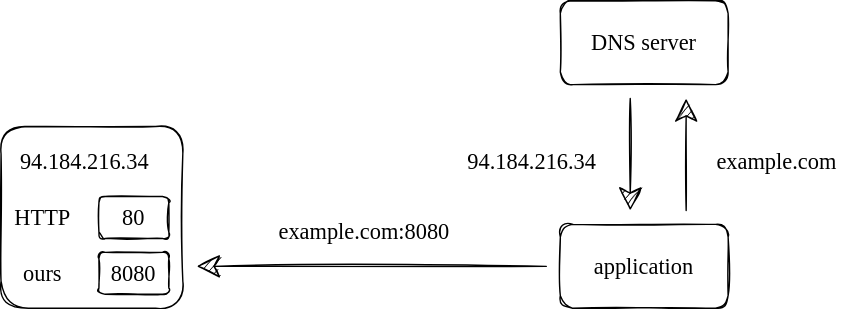
The draw.io diagram docs/server/sockets.svg in gvwilson/sdxpy, before a commit. Source tidied: cells renumbered, new cells last; positions are measured from the earlier drawing's top-left corner, leaving out a move shared by most shapes. Source of this version:
```xml
<mxGraphModel>
  <root>
    <mxCell id="0" />
    <mxCell id="1" parent="0" />
    <mxCell id="2" style="rounded=1;whiteSpace=wrap;html=1;sketch=1;hachureGap=4;fontFamily=Architects Daughter;fontSource=https%3A%2F%2Ffonts.googleapis.com%2Fcss%3Ffamily%3DArchitects%2BDaughter;fontSize=20;fillColor=none;" parent="1" vertex="1">
      <mxGeometry y="90" width="130" height="130" as="geometry" />
    </mxCell>
    <mxCell id="3" value="80" style="rounded=1;whiteSpace=wrap;html=1;sketch=1;hachureGap=4;fontFamily=Comic Sans MS;fontSize=16;fillColor=none;" parent="1" vertex="1">
      <mxGeometry x="70" y="140" width="50" height="30" as="geometry" />
    </mxCell>
    <mxCell id="4" value="HTTP" style="text;html=1;strokeColor=none;fillColor=none;align=center;verticalAlign=middle;whiteSpace=wrap;rounded=0;sketch=1;hachureGap=4;fontFamily=Comic Sans MS;fontSize=16;" parent="1" vertex="1">
      <mxGeometry y="140" width="60" height="30" as="geometry" />
    </mxCell>
    <mxCell id="5" value="94.184.216.34" style="text;html=1;strokeColor=none;fillColor=none;align=center;verticalAlign=middle;whiteSpace=wrap;rounded=0;sketch=1;hachureGap=4;fontFamily=Comic Sans MS;fontSize=16;" parent="1" vertex="1">
      <mxGeometry y="100" width="120" height="30" as="geometry" />
    </mxCell>
    <mxCell id="6" value="ours" style="text;html=1;strokeColor=none;fillColor=none;align=center;verticalAlign=middle;whiteSpace=wrap;rounded=0;sketch=1;hachureGap=4;fontFamily=Comic Sans MS;fontSize=16;" parent="1" vertex="1">
      <mxGeometry y="180" width="60" height="30" as="geometry" />
    </mxCell>
    <mxCell id="7" value="8080" style="rounded=1;whiteSpace=wrap;html=1;sketch=1;hachureGap=4;fontFamily=Comic Sans MS;fontSize=16;fillColor=none;" parent="1" vertex="1">
      <mxGeometry x="70" y="180" width="50" height="30" as="geometry" />
    </mxCell>
    <mxCell id="8" value="DNS server" style="rounded=1;whiteSpace=wrap;html=1;sketch=1;hachureGap=4;fontFamily=Comic Sans MS;fontSize=16;fillColor=none;" parent="1" vertex="1">
      <mxGeometry x="400" width="120" height="60" as="geometry" />
    </mxCell>
    <mxCell id="9" value="application" style="rounded=1;whiteSpace=wrap;html=1;sketch=1;hachureGap=4;fontFamily=Comic Sans MS;fontSize=16;fillColor=none;" parent="1" vertex="1">
      <mxGeometry x="400" y="160" width="120" height="60" as="geometry" />
    </mxCell>
    <mxCell id="10" style="endArrow=classic;html=1;rounded=1;sketch=1;hachureGap=4;fontFamily=Comic Sans MS;fontSize=16;startSize=14;endSize=14;sourcePerimeterSpacing=8;targetPerimeterSpacing=8;endFill=1;" parent="1" edge="1">
      <mxGeometry relative="1" as="geometry">
        <mxPoint x="490" y="150" as="sourcePoint" />
        <mxPoint x="490" y="70" as="targetPoint" />
      </mxGeometry>
    </mxCell>
    <mxCell id="11" value="example.com" style="text;html=1;strokeColor=none;fillColor=none;align=center;verticalAlign=middle;whiteSpace=wrap;rounded=0;sketch=1;hachureGap=4;fontFamily=Comic Sans MS;fontSize=16;" parent="1" vertex="1">
      <mxGeometry x="500" y="100" width="110" height="30" as="geometry" />
    </mxCell>
    <mxCell id="12" style="endArrow=classic;html=1;rounded=1;sketch=1;hachureGap=4;fontFamily=Comic Sans MS;fontSize=16;startSize=14;endSize=14;sourcePerimeterSpacing=8;targetPerimeterSpacing=8;endFill=1;" parent="1" edge="1">
      <mxGeometry relative="1" as="geometry">
        <mxPoint x="450" y="70" as="sourcePoint" />
        <mxPoint x="450" y="150" as="targetPoint" />
      </mxGeometry>
    </mxCell>
    <mxCell id="13" value="94.184.216.34" style="text;html=1;strokeColor=none;fillColor=none;align=center;verticalAlign=middle;whiteSpace=wrap;rounded=0;sketch=1;hachureGap=4;fontFamily=Comic Sans MS;fontSize=16;" parent="1" vertex="1">
      <mxGeometry x="320" y="100" width="120" height="30" as="geometry" />
    </mxCell>
    <mxCell id="14" style="endArrow=classic;html=1;rounded=1;sketch=1;hachureGap=4;fontFamily=Comic Sans MS;fontSize=16;startSize=14;endSize=14;sourcePerimeterSpacing=8;targetPerimeterSpacing=8;endFill=1;" parent="1" edge="1">
      <mxGeometry relative="1" as="geometry">
        <mxPoint x="390" y="190" as="sourcePoint" />
        <mxPoint x="140" y="190" as="targetPoint" />
      </mxGeometry>
    </mxCell>
    <mxCell id="15" value="example.com:8080" style="text;html=1;strokeColor=none;fillColor=none;align=center;verticalAlign=middle;whiteSpace=wrap;rounded=0;sketch=1;hachureGap=4;fontFamily=Comic Sans MS;fontSize=16;" parent="1" vertex="1">
      <mxGeometry x="185" y="150" width="150" height="30" as="geometry" />
    </mxCell>
  </root>
</mxGraphModel>
```
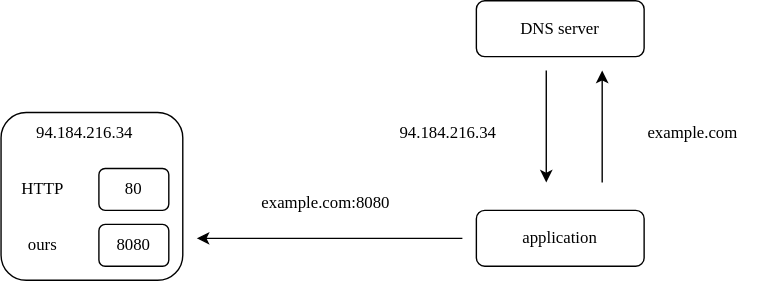
After the change.

The edit, as a diff of the source:
```diff
@@ -2,56 +2,56 @@
   <root>
     <mxCell id="0" />
     <mxCell id="1" parent="0" />
-    <mxCell id="2" style="rounded=1;whiteSpace=wrap;html=1;sketch=1;hachureGap=4;fontFamily=Architects Daughter;fontSource=https%3A%2F%2Ffonts.googleapis.com%2Fcss%3Ffamily%3DArchitects%2BDaughter;fontSize=20;fillColor=none;" parent="1" vertex="1">
-      <mxGeometry y="90" width="130" height="130" as="geometry" />
+    <mxCell id="2" style="rounded=1;whiteSpace=wrap;html=1;hachureGap=4;fontFamily=Verdana;fontSize=12;fillColor=none;" parent="1" vertex="1">
+      <mxGeometry y="100" width="130" height="120" as="geometry" />
     </mxCell>
-    <mxCell id="3" value="80" style="rounded=1;whiteSpace=wrap;html=1;sketch=1;hachureGap=4;fontFamily=Comic Sans MS;fontSize=16;fillColor=none;" parent="1" vertex="1">
+    <mxCell id="3" value="80" style="rounded=1;whiteSpace=wrap;html=1;hachureGap=4;fontFamily=Verdana;fontSize=12;fillColor=none;" parent="1" vertex="1">
       <mxGeometry x="70" y="140" width="50" height="30" as="geometry" />
     </mxCell>
-    <mxCell id="4" value="HTTP" style="text;html=1;strokeColor=none;fillColor=none;align=center;verticalAlign=middle;whiteSpace=wrap;rounded=0;sketch=1;hachureGap=4;fontFamily=Comic Sans MS;fontSize=16;" parent="1" vertex="1">
+    <mxCell id="4" value="HTTP" style="text;html=1;strokeColor=none;fillColor=none;align=center;verticalAlign=middle;whiteSpace=wrap;rounded=0;hachureGap=4;fontFamily=Verdana;fontSize=12;" parent="1" vertex="1">
       <mxGeometry y="140" width="60" height="30" as="geometry" />
     </mxCell>
-    <mxCell id="5" value="94.184.216.34" style="text;html=1;strokeColor=none;fillColor=none;align=center;verticalAlign=middle;whiteSpace=wrap;rounded=0;sketch=1;hachureGap=4;fontFamily=Comic Sans MS;fontSize=16;" parent="1" vertex="1">
+    <mxCell id="5" value="94.184.216.34" style="text;html=1;strokeColor=none;fillColor=none;align=center;verticalAlign=middle;whiteSpace=wrap;rounded=0;hachureGap=4;fontFamily=Verdana;fontSize=12;" parent="1" vertex="1">
       <mxGeometry y="100" width="120" height="30" as="geometry" />
     </mxCell>
-    <mxCell id="6" value="ours" style="text;html=1;strokeColor=none;fillColor=none;align=center;verticalAlign=middle;whiteSpace=wrap;rounded=0;sketch=1;hachureGap=4;fontFamily=Comic Sans MS;fontSize=16;" parent="1" vertex="1">
+    <mxCell id="6" value="ours" style="text;html=1;strokeColor=none;fillColor=none;align=center;verticalAlign=middle;whiteSpace=wrap;rounded=0;hachureGap=4;fontFamily=Verdana;fontSize=12;" parent="1" vertex="1">
       <mxGeometry y="180" width="60" height="30" as="geometry" />
     </mxCell>
-    <mxCell id="7" value="8080" style="rounded=1;whiteSpace=wrap;html=1;sketch=1;hachureGap=4;fontFamily=Comic Sans MS;fontSize=16;fillColor=none;" parent="1" vertex="1">
+    <mxCell id="7" value="8080" style="rounded=1;whiteSpace=wrap;html=1;hachureGap=4;fontFamily=Verdana;fontSize=12;fillColor=none;" parent="1" vertex="1">
       <mxGeometry x="70" y="180" width="50" height="30" as="geometry" />
     </mxCell>
-    <mxCell id="8" value="DNS server" style="rounded=1;whiteSpace=wrap;html=1;sketch=1;hachureGap=4;fontFamily=Comic Sans MS;fontSize=16;fillColor=none;" parent="1" vertex="1">
-      <mxGeometry x="400" width="120" height="60" as="geometry" />
+    <mxCell id="8" value="DNS server" style="rounded=1;whiteSpace=wrap;html=1;hachureGap=4;fontFamily=Verdana;fontSize=12;fillColor=none;" parent="1" vertex="1">
+      <mxGeometry x="340" y="20" width="120" height="40" as="geometry" />
     </mxCell>
-    <mxCell id="9" value="application" style="rounded=1;whiteSpace=wrap;html=1;sketch=1;hachureGap=4;fontFamily=Comic Sans MS;fontSize=16;fillColor=none;" parent="1" vertex="1">
-      <mxGeometry x="400" y="160" width="120" height="60" as="geometry" />
+    <mxCell id="9" value="application" style="rounded=1;whiteSpace=wrap;html=1;hachureGap=4;fontFamily=Verdana;fontSize=12;fillColor=none;" parent="1" vertex="1">
+      <mxGeometry x="340" y="170" width="120" height="40" as="geometry" />
     </mxCell>
-    <mxCell id="10" style="endArrow=classic;html=1;rounded=1;sketch=1;hachureGap=4;fontFamily=Comic Sans MS;fontSize=16;startSize=14;endSize=14;sourcePerimeterSpacing=8;targetPerimeterSpacing=8;endFill=1;" parent="1" edge="1">
+    <mxCell id="10" style="endArrow=classic;html=1;rounded=1;hachureGap=4;fontFamily=Verdana;fontSize=12;startSize=6;endSize=6;sourcePerimeterSpacing=0;targetPerimeterSpacing=0;endFill=1;" parent="1" edge="1">
       <mxGeometry relative="1" as="geometry">
-        <mxPoint x="490" y="150" as="sourcePoint" />
-        <mxPoint x="490" y="70" as="targetPoint" />
+        <mxPoint x="430" y="150" as="sourcePoint" />
+        <mxPoint x="430" y="70" as="targetPoint" />
       </mxGeometry>
     </mxCell>
-    <mxCell id="11" value="example.com" style="text;html=1;strokeColor=none;fillColor=none;align=center;verticalAlign=middle;whiteSpace=wrap;rounded=0;sketch=1;hachureGap=4;fontFamily=Comic Sans MS;fontSize=16;" parent="1" vertex="1">
-      <mxGeometry x="500" y="100" width="110" height="30" as="geometry" />
+    <mxCell id="11" value="example.com" style="text;html=1;strokeColor=none;fillColor=none;align=center;verticalAlign=middle;whiteSpace=wrap;rounded=0;hachureGap=4;fontFamily=Verdana;fontSize=12;" parent="1" vertex="1">
+      <mxGeometry x="440" y="100" width="110" height="30" as="geometry" />
     </mxCell>
-    <mxCell id="12" style="endArrow=classic;html=1;rounded=1;sketch=1;hachureGap=4;fontFamily=Comic Sans MS;fontSize=16;startSize=14;endSize=14;sourcePerimeterSpacing=8;targetPerimeterSpacing=8;endFill=1;" parent="1" edge="1">
+    <mxCell id="12" style="endArrow=classic;html=1;rounded=1;hachureGap=4;fontFamily=Verdana;fontSize=12;startSize=6;endSize=6;sourcePerimeterSpacing=0;targetPerimeterSpacing=0;endFill=1;" parent="1" edge="1">
       <mxGeometry relative="1" as="geometry">
-        <mxPoint x="450" y="70" as="sourcePoint" />
-        <mxPoint x="450" y="150" as="targetPoint" />
+        <mxPoint x="390" y="70" as="sourcePoint" />
+        <mxPoint x="390" y="150" as="targetPoint" />
       </mxGeometry>
     </mxCell>
-    <mxCell id="13" value="94.184.216.34" style="text;html=1;strokeColor=none;fillColor=none;align=center;verticalAlign=middle;whiteSpace=wrap;rounded=0;sketch=1;hachureGap=4;fontFamily=Comic Sans MS;fontSize=16;" parent="1" vertex="1">
-      <mxGeometry x="320" y="100" width="120" height="30" as="geometry" />
+    <mxCell id="13" value="94.184.216.34" style="text;html=1;strokeColor=none;fillColor=none;align=center;verticalAlign=middle;whiteSpace=wrap;rounded=0;hachureGap=4;fontFamily=Verdana;fontSize=12;" parent="1" vertex="1">
+      <mxGeometry x="260" y="100" width="120" height="30" as="geometry" />
     </mxCell>
-    <mxCell id="14" style="endArrow=classic;html=1;rounded=1;sketch=1;hachureGap=4;fontFamily=Comic Sans MS;fontSize=16;startSize=14;endSize=14;sourcePerimeterSpacing=8;targetPerimeterSpacing=8;endFill=1;" parent="1" edge="1">
+    <mxCell id="14" style="endArrow=classic;html=1;rounded=1;hachureGap=4;fontFamily=Verdana;fontSize=12;startSize=6;endSize=6;sourcePerimeterSpacing=0;targetPerimeterSpacing=0;endFill=1;" parent="1" edge="1">
       <mxGeometry relative="1" as="geometry">
-        <mxPoint x="390" y="190" as="sourcePoint" />
+        <mxPoint x="330" y="190" as="sourcePoint" />
         <mxPoint x="140" y="190" as="targetPoint" />
       </mxGeometry>
     </mxCell>
-    <mxCell id="15" value="example.com:8080" style="text;html=1;strokeColor=none;fillColor=none;align=center;verticalAlign=middle;whiteSpace=wrap;rounded=0;sketch=1;hachureGap=4;fontFamily=Comic Sans MS;fontSize=16;" parent="1" vertex="1">
-      <mxGeometry x="185" y="150" width="150" height="30" as="geometry" />
+    <mxCell id="15" value="example.com:8080" style="text;html=1;strokeColor=none;fillColor=none;align=center;verticalAlign=middle;whiteSpace=wrap;rounded=0;hachureGap=4;fontFamily=Verdana;fontSize=12;" parent="1" vertex="1">
+      <mxGeometry x="170" y="150" width="125" height="30" as="geometry" />
     </mxCell>
   </root>
 </mxGraphModel>
```
